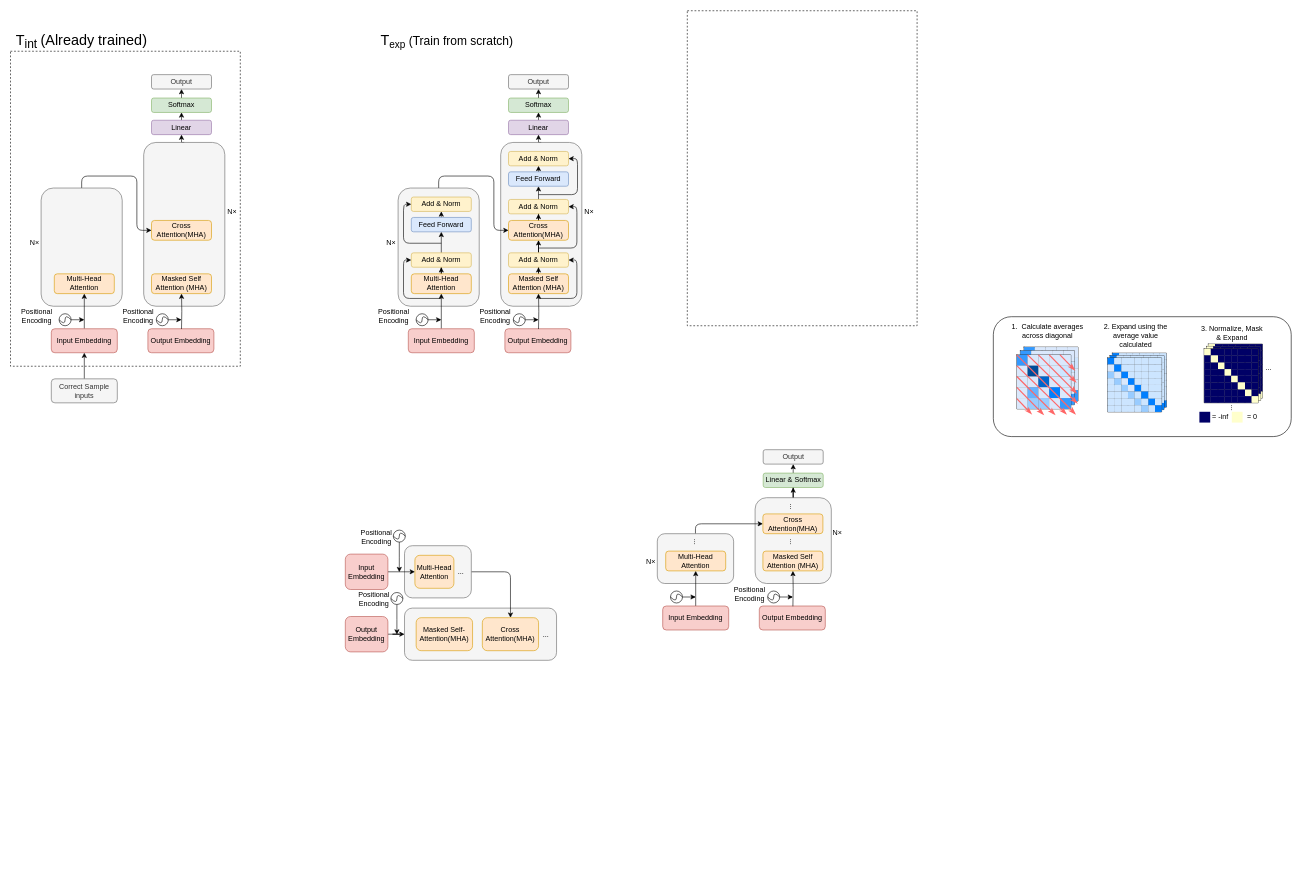
This is graphs/simplifieddiagram.drawio from shaoxiongduan/AttentionBiasCalibration, a draw.io file, before an edit. Source tidied: cells renumbered, new cells numbered last; positions are measured from the earlier drawing's top-left corner, leaving out a move shared by most shapes. Both pictures are drawn from the tidied source at 60%, with x=0, y=0 at pixel (10, 10).
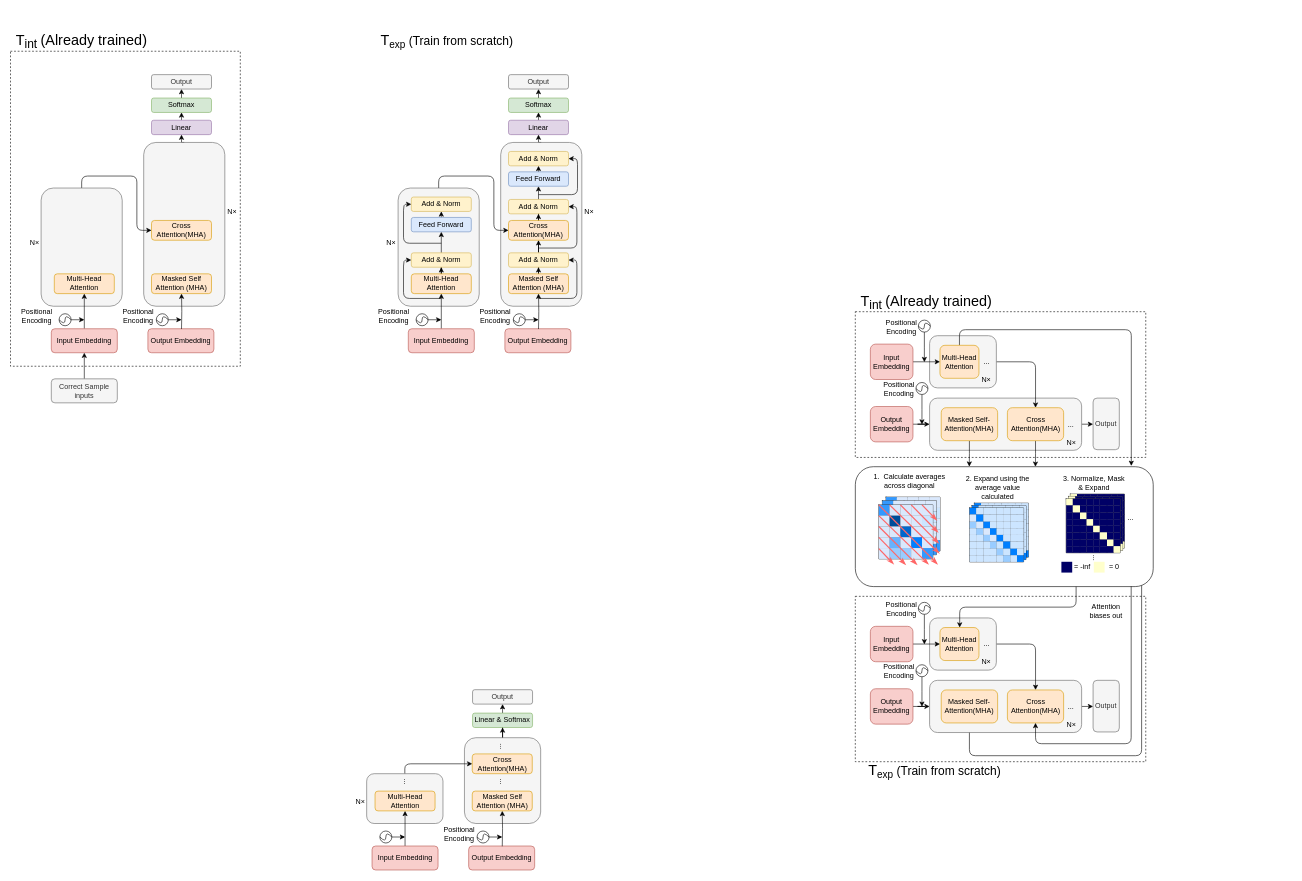
The same page after the edit.

The change refers to these unchanged cells:
```xml
<mxCell id="86" style="rounded=1;whiteSpace=wrap;html=1;rotation=-90;" parent="85" vertex="1">
  <mxGeometry x="148.4" y="-148.4" width="199.8" height="496.5" as="geometry" />
</mxCell>
```

The edit, as a diff of the source:
```diff
@@
+    <mxCell id="689" style="rounded=0;whiteSpace=wrap;html=1;dashed=1;" parent="1" vertex="1">
+      <mxGeometry x="1408" y="976.4" width="484.1" height="275.6" as="geometry" />
+    </mxCell>
+    <mxCell id="30" style="rounded=0;whiteSpace=wrap;html=1;dashed=1;" parent="1" vertex="1">
+      <mxGeometry x="1408" y="502" width="484.1" height="242.9" as="geometry" />
+    </mxCell>
+    <mxCell id="690" style="edgeStyle=orthogonalEdgeStyle;rounded=0;jettySize=auto;html=1;exitX=1;exitY=0.5;exitDx=0;exitDy=0;entryX=0;entryY=0.5;entryDx=0;entryDy=0;" parent="1" edge="1" source="2" target="721">
+      <mxGeometry relative="1" as="geometry" />
+    </mxCell>
     <mxCell id="2" style="rounded=1;whiteSpace=wrap;html=1;align=center;fillColor=#f5f5f5;fontColor=#333333;strokeColor=#666666;" parent="1" vertex="1">
-      <mxGeometry x="656.7" y="996" width="253.4" height="87" as="geometry" />
+      <mxGeometry x="1531.8" y="646" width="253.4" height="87" as="geometry" />
     </mxCell>
@@
-    <mxCell id="30" style="rounded=0;whiteSpace=wrap;html=1;dashed=1;" parent="1" vertex="1">
-      <mxGeometry x="1128" y="0.4" width="383" height="525" as="geometry" />
-    </mxCell>
@@
+    <mxCell id="691" style="edgeStyle=orthogonalEdgeStyle;rounded=1;jettySize=auto;html=1;entryX=0.5;entryY=1;entryDx=0;entryDy=0;exitX=0.01;exitY=0.961;exitDx=0;exitDy=0;exitPerimeter=0;" parent="1" edge="1" source="86" target="707">
+      <mxGeometry relative="1" as="geometry">
+        <Array as="points">
+          <mxPoint x="1885" y="1242" />
+          <mxPoint x="1598" y="1242" />
+        </Array>
+      </mxGeometry>
+    </mxCell>
     <mxCell id="85" style="group;" parent="1" vertex="1">
-      <mxGeometry x="1638" y="510.4" width="496.5" height="199.8" as="geometry" />
+      <mxGeometry x="1408" y="760.4" width="496.5" height="199.8" as="geometry" />
     </mxCell>
@@
     <mxCell id="411" value="2. Expand using the average value calculated" style="text;html=1;strokeColor=none;fillColor=none;align=center;verticalAlign=middle;whiteSpace=wrap;rounded=0;" parent="85" vertex="1">
-      <mxGeometry x="177.5" y="0.6" width="119" height="62" as="geometry" />
+      <mxGeometry x="177.5" y="3.6" width="119" height="62" as="geometry" />
     </mxCell>
@@
     <mxCell id="641" style="rounded=1;whiteSpace=wrap;html=1;align=center;fillColor=#f5f5f5;fontColor=#333333;strokeColor=#666666;" parent="1" vertex="1">
-      <mxGeometry x="656.7" y="892" width="111.3" height="87" as="geometry" />
+      <mxGeometry x="1531.8" y="542" width="111.3" height="87" as="geometry" />
     </mxCell>
+    <mxCell id="692" style="edgeStyle=orthogonalEdgeStyle;rounded=1;jettySize=auto;html=1;exitX=0.5;exitY=0;exitDx=0;exitDy=0;" parent="1" edge="1" source="642">
+      <mxGeometry relative="1" as="geometry">
+        <mxPoint x="1868" y="759" as="targetPoint" />
+        <Array as="points">
+          <mxPoint x="1582" y="532" />
+          <mxPoint x="1868" y="532" />
+          <mxPoint x="1868" y="759" />
+        </Array>
+      </mxGeometry>
+    </mxCell>
     <mxCell id="642" value="Multi-Head Attention" style="rounded=1;whiteSpace=wrap;html=1;fillColor=#ffe6cc;strokeColor=#d79b00;" parent="1" vertex="1">
-      <mxGeometry x="674" y="908" width="65" height="55" as="geometry" />
+      <mxGeometry x="1549.1" y="558" width="65" height="55" as="geometry" />
     </mxCell>
@@
     <mxCell id="644" value="Input Embedding" style="rounded=1;whiteSpace=wrap;html=1;fillColor=#f8cecc;strokeColor=#b85450;" parent="1" vertex="1">
-      <mxGeometry x="558" y="906" width="71" height="59" as="geometry" />
+      <mxGeometry x="1433.1" y="556" width="71" height="59" as="geometry" />
     </mxCell>
     <mxCell id="645" style="group;" parent="1" vertex="1">
-      <mxGeometry x="638" y="866" width="20" height="20" as="geometry" />
+      <mxGeometry x="1513.1" y="516" width="20" height="20" as="geometry" />
     </mxCell>
@@
     <mxCell id="649" value="Positional Encoding" style="text;html=1;strokeColor=none;fillColor=none;align=center;verticalAlign=middle;whiteSpace=wrap;rounded=0;" parent="1" vertex="1">
-      <mxGeometry x="570" y="862" width="80" height="30" as="geometry" />
+      <mxGeometry x="1445.1" y="512" width="80" height="30" as="geometry" />
     </mxCell>
+    <mxCell id="693" style="edgeStyle=orthogonalEdgeStyle;rounded=0;jettySize=auto;html=1;entryX=1.003;entryY=0.332;entryDx=0;entryDy=0;entryPerimeter=0;" parent="1" edge="1" source="650">
+      <mxGeometry relative="1" as="geometry">
+        <mxPoint x="1598" y="760.2" as="targetPoint" />
+      </mxGeometry>
+    </mxCell>
     <mxCell id="650" value="Masked Self-Attention(MHA)" style="rounded=1;whiteSpace=wrap;html=1;fillColor=#ffe6cc;strokeColor=#d79b00;" parent="1" vertex="1">
-      <mxGeometry x="676.1" y="1012" width="94" height="55" as="geometry" />
+      <mxGeometry x="1551.2" y="662" width="94" height="55" as="geometry" />
     </mxCell>
+    <mxCell id="694" style="edgeStyle=orthogonalEdgeStyle;rounded=0;jettySize=auto;html=1;exitX=0.5;exitY=1;exitDx=0;exitDy=0;entryX=1.002;entryY=0.554;entryDx=0;entryDy=0;entryPerimeter=0;" parent="1" edge="1" source="651">
+      <mxGeometry relative="1" as="geometry">
+        <mxPoint x="1708.2" y="760.4" as="targetPoint" />
+      </mxGeometry>
+    </mxCell>
     <mxCell id="651" value="Cross Attention(MHA)" style="rounded=1;whiteSpace=wrap;html=1;fillColor=#ffe6cc;strokeColor=#d79b00;" parent="1" vertex="1">
-      <mxGeometry x="786.4" y="1012" width="93.7" height="55" as="geometry" />
+      <mxGeometry x="1661.5" y="662" width="93.7" height="55" as="geometry" />
     </mxCell>
     <mxCell id="652" value="..." style="text;html=1;strokeColor=none;fillColor=none;align=center;verticalAlign=middle;whiteSpace=wrap;rounded=0;" parent="1" vertex="1">
-      <mxGeometry x="739.3" y="920.5" width="23.7" height="30" as="geometry" />
+      <mxGeometry x="1614.5" y="570.5" width="23.7" height="30" as="geometry" />
     </mxCell>
     <mxCell id="653" value="..." style="text;html=1;strokeColor=none;fillColor=none;align=center;verticalAlign=middle;whiteSpace=wrap;rounded=0;" parent="1" vertex="1">
-      <mxGeometry x="880.1" y="1024.5" width="25" height="30" as="geometry" />
+      <mxGeometry x="1755.2" y="674.5" width="25" height="30" as="geometry" />
     </mxCell>
@@
     <mxCell id="655" value="Output Embedding" style="rounded=1;whiteSpace=wrap;html=1;fillColor=#f8cecc;strokeColor=#b85450;" parent="1" vertex="1">
-      <mxGeometry x="558" y="1010" width="71" height="59" as="geometry" />
+      <mxGeometry x="1433.1" y="660" width="71" height="59" as="geometry" />
     </mxCell>
     <mxCell id="656" style="group;" parent="1" vertex="1">
-      <mxGeometry x="634" y="970" width="20" height="20" as="geometry" />
+      <mxGeometry x="1509.1" y="620" width="20" height="20" as="geometry" />
     </mxCell>
@@
     <mxCell id="660" value="Positional Encoding" style="text;html=1;strokeColor=none;fillColor=none;align=center;verticalAlign=middle;whiteSpace=wrap;rounded=0;" parent="1" vertex="1">
-      <mxGeometry x="566" y="966" width="80" height="30" as="geometry" />
+      <mxGeometry x="1441.1" y="616" width="80" height="30" as="geometry" />
     </mxCell>
@@
     <mxCell id="662" style="rounded=1;whiteSpace=wrap;html=1;align=center;fillColor=#f5f5f5;fontColor=#333333;strokeColor=#666666;" parent="1" vertex="1">
-      <mxGeometry x="1241" y="812" width="127" height="143" as="geometry" />
+      <mxGeometry x="756.6" y="1212" width="127" height="143" as="geometry" />
     </mxCell>
     <mxCell id="663" style="edgeStyle=orthogonalEdgeStyle;rounded=1;jettySize=auto;html=1;exitX=0.5;exitY=0;exitDx=0;exitDy=0;entryX=0;entryY=0.5;entryDx=0;entryDy=0;" parent="1" edge="1" source="664" target="680">
       <mxGeometry relative="1" as="geometry">
         <Array as="points">
-          <mxPoint x="1142" y="856" />
-          <mxPoint x="1254" y="856" />
+          <mxPoint x="657.6" y="1256" />
+          <mxPoint x="769.6" y="1256" />
         </Array>
       </mxGeometry>
     </mxCell>
     <mxCell id="664" style="rounded=1;whiteSpace=wrap;html=1;align=center;fillColor=#f5f5f5;fontColor=#333333;strokeColor=#666666;" parent="1" vertex="1">
-      <mxGeometry x="1078" y="872" width="127.2" height="83" as="geometry" />
+      <mxGeometry x="593.6" y="1272" width="127.2" height="83" as="geometry" />
     </mxCell>
@@
     <mxCell id="666" value="Input Embedding" style="rounded=1;whiteSpace=wrap;html=1;fillColor=#f8cecc;strokeColor=#b85450;" parent="1" vertex="1">
-      <mxGeometry x="1087" y="992.5" width="110" height="40" as="geometry" />
+      <mxGeometry x="602.6" y="1392.5" width="110" height="40" as="geometry" />
     </mxCell>
     <mxCell id="667" value="Output Embedding" style="rounded=1;whiteSpace=wrap;html=1;fillColor=#f8cecc;strokeColor=#b85450;" parent="1" vertex="1">
-      <mxGeometry x="1248" y="992.5" width="110" height="40" as="geometry" />
+      <mxGeometry x="763.6" y="1392.5" width="110" height="40" as="geometry" />
     </mxCell>
     <mxCell id="668" style="group;" parent="1" vertex="1">
-      <mxGeometry x="1100" y="967.5" width="20" height="20" as="geometry" />
+      <mxGeometry x="615.6" y="1367.5" width="20" height="20" as="geometry" />
     </mxCell>
@@
     <mxCell id="672" value="Multi-Head Attention" style="rounded=1;whiteSpace=wrap;html=1;fillColor=#ffe6cc;strokeColor=#d79b00;" parent="1" vertex="1">
-      <mxGeometry x="1092" y="901" width="100" height="33" as="geometry" />
+      <mxGeometry x="607.6" y="1301" width="100" height="33" as="geometry" />
     </mxCell>
     <mxCell id="673" style="edgeStyle=orthogonalEdgeStyle;rounded=0;jettySize=auto;html=1;exitX=0.5;exitY=0;exitDx=0;exitDy=0;entryX=0.5;entryY=1;entryDx=0;entryDy=0;" parent="1" edge="1" target="678">
       <mxGeometry relative="1" as="geometry">
-        <mxPoint x="1304" y="993" as="sourcePoint" />
+        <mxPoint x="819.6" y="1393" as="sourcePoint" />
       </mxGeometry>
     </mxCell>
     <mxCell id="674" style="group;" parent="1" vertex="1">
-      <mxGeometry x="1262" y="967.5" width="20" height="20" as="geometry" />
+      <mxGeometry x="777.6" y="1367.5" width="20" height="20" as="geometry" />
     </mxCell>
@@
     <mxCell id="678" value="Masked Self Attention (MHA)" style="rounded=1;whiteSpace=wrap;html=1;fillColor=#ffe6cc;strokeColor=#d79b00;" parent="1" vertex="1">
-      <mxGeometry x="1254" y="901" width="100" height="33" as="geometry" />
+      <mxGeometry x="769.6" y="1301" width="100" height="33" as="geometry" />
     </mxCell>
     <mxCell id="679" value="Positional Encoding" style="text;html=1;strokeColor=none;fillColor=none;align=center;verticalAlign=middle;whiteSpace=wrap;rounded=0;" parent="1" vertex="1">
-      <mxGeometry x="1192" y="957.5" width="80" height="30" as="geometry" />
+      <mxGeometry x="707.6" y="1357.5" width="80" height="30" as="geometry" />
     </mxCell>
     <mxCell id="680" value="Cross Attention(MHA)" style="rounded=1;whiteSpace=wrap;html=1;fillColor=#ffe6cc;strokeColor=#d79b00;" parent="1" vertex="1">
-      <mxGeometry x="1254" y="839" width="100" height="33" as="geometry" />
+      <mxGeometry x="769.6" y="1239" width="100" height="33" as="geometry" />
     </mxCell>
     <mxCell id="681" value="N×" style="text;html=1;align=center;verticalAlign=middle;strokeColor=none;fillColor=none;" parent="1" vertex="1">
-      <mxGeometry x="1047" y="904" width="40" height="30" as="geometry" />
+      <mxGeometry x="562.6" y="1304" width="40" height="30" as="geometry" />
     </mxCell>
     <mxCell id="682" value="N×" style="text;html=1;align=center;verticalAlign=middle;strokeColor=none;fillColor=none;" parent="1" vertex="1">
-      <mxGeometry x="1358" y="856" width="40" height="30" as="geometry" />
+      <mxGeometry x="1606.3" y="600.5" width="40" height="30" as="geometry" />
     </mxCell>
     <mxCell id="683" value="..." style="text;html=1;strokeColor=none;fillColor=none;align=center;verticalAlign=middle;whiteSpace=wrap;rounded=0;rotation=-90;" parent="1" vertex="1">
-      <mxGeometry x="1128" y="871" width="20" height="30" as="geometry" />
+      <mxGeometry x="643.6" y="1271" width="20" height="30" as="geometry" />
     </mxCell>
     <mxCell id="684" value="..." style="text;html=1;strokeColor=none;fillColor=none;align=center;verticalAlign=middle;whiteSpace=wrap;rounded=0;rotation=-90;" parent="1" vertex="1">
-      <mxGeometry x="1288" y="871" width="20" height="30" as="geometry" />
+      <mxGeometry x="803.6" y="1271" width="20" height="30" as="geometry" />
     </mxCell>
     <mxCell id="685" value="..." style="text;html=1;strokeColor=none;fillColor=none;align=center;verticalAlign=middle;whiteSpace=wrap;rounded=0;rotation=-90;" parent="1" vertex="1">
-      <mxGeometry x="1288" y="812" width="20" height="30" as="geometry" />
+      <mxGeometry x="803.6" y="1212" width="20" height="30" as="geometry" />
     </mxCell>
@@
     <mxCell id="687" value="Linear &amp;amp; Softmax" style="rounded=1;whiteSpace=wrap;html=1;fillColor=#d5e8d4;strokeColor=#82b366;" parent="1" vertex="1">
-      <mxGeometry x="1254.5" y="771" width="100" height="24" as="geometry" />
+      <mxGeometry x="770.1" y="1171" width="100" height="24" as="geometry" />
     </mxCell>
     <mxCell id="688" value="Output" style="rounded=1;whiteSpace=wrap;html=1;fillColor=#f5f5f5;fontColor=#333333;strokeColor=#666666;" parent="1" vertex="1">
-      <mxGeometry x="1254.5" y="732" width="100" height="24" as="geometry" />
+      <mxGeometry x="770.1" y="1132" width="100" height="24" as="geometry" />
     </mxCell>
+    <mxCell id="695" style="edgeStyle=orthogonalEdgeStyle;rounded=0;jettySize=auto;html=1;exitX=1;exitY=0.5;exitDx=0;exitDy=0;entryX=0;entryY=0.5;entryDx=0;entryDy=0;" parent="1" edge="1" source="696" target="722">
+      <mxGeometry relative="1" as="geometry" />
+    </mxCell>
+    <mxCell id="696" style="rounded=1;whiteSpace=wrap;html=1;align=center;fillColor=#f5f5f5;fontColor=#333333;strokeColor=#666666;" parent="1" vertex="1">
+      <mxGeometry x="1531.8" y="1116.4" width="253.4" height="87" as="geometry" />
+    </mxCell>
+    <mxCell id="697" style="edgeStyle=orthogonalEdgeStyle;rounded=1;jettySize=auto;html=1;exitX=1;exitY=0.5;exitDx=0;exitDy=0;" parent="1" edge="1" source="698" target="708">
+      <mxGeometry relative="1" as="geometry" />
+    </mxCell>
+    <mxCell id="698" style="rounded=1;whiteSpace=wrap;html=1;align=center;fillColor=#f5f5f5;fontColor=#333333;strokeColor=#666666;" parent="1" vertex="1">
+      <mxGeometry x="1531.8" y="1012.4" width="111.3" height="87" as="geometry" />
+    </mxCell>
+    <mxCell id="699" value="Multi-Head Attention" style="rounded=1;whiteSpace=wrap;html=1;fillColor=#ffe6cc;strokeColor=#d79b00;" parent="1" vertex="1">
+      <mxGeometry x="1549.1" y="1028.4" width="65" height="55" as="geometry" />
+    </mxCell>
+    <mxCell id="700" style="edgeStyle=orthogonalEdgeStyle;rounded=0;jettySize=auto;html=1;entryX=0;entryY=0.5;entryDx=0;entryDy=0;" parent="1" edge="1" source="701" target="699">
+      <mxGeometry relative="1" as="geometry" />
+    </mxCell>
+    <mxCell id="701" value="Input Embedding" style="rounded=1;whiteSpace=wrap;html=1;fillColor=#f8cecc;strokeColor=#b85450;" parent="1" vertex="1">
+      <mxGeometry x="1433.1" y="1026.4" width="71" height="59" as="geometry" />
+    </mxCell>
+    <mxCell id="702" style="group;" parent="1" vertex="1">
+      <mxGeometry x="1513.1" y="986.4" width="20" height="20" as="geometry" />
+    </mxCell>
+    <mxCell id="703" style="edgeStyle=orthogonalEdgeStyle;rounded=0;jettySize=auto;html=1;" parent="702" edge="1" source="704">
+      <mxGeometry relative="1" as="geometry">
+        <mxPoint x="10" y="70" as="targetPoint" />
+      </mxGeometry>
+    </mxCell>
+    <mxCell id="704" style="ellipse;whiteSpace=wrap;html=1;" parent="702" vertex="1">
+      <mxGeometry width="20" height="20" as="geometry" />
+    </mxCell>
+    <mxCell id="705" style="curved=1;endArrow=none;html=1;rounded=0;exitX=0;exitY=0.5;exitDx=0;exitDy=0;entryX=1;entryY=0.5;entryDx=0;entryDy=0;endFill=0;" parent="702" edge="1" source="704" target="704">
+      <mxGeometry relative="1" as="geometry">
+        <Array as="points">
+          <mxPoint x="10" y="20" />
+          <mxPoint x="10" />
+        </Array>
+      </mxGeometry>
+    </mxCell>
+    <mxCell id="706" value="Positional Encoding" style="text;html=1;strokeColor=none;fillColor=none;align=center;verticalAlign=middle;whiteSpace=wrap;rounded=0;" parent="1" vertex="1">
+      <mxGeometry x="1445.1" y="982.4" width="80" height="30" as="geometry" />
+    </mxCell>
+    <mxCell id="707" value="Masked Self-Attention(MHA)" style="rounded=1;whiteSpace=wrap;html=1;fillColor=#ffe6cc;strokeColor=#d79b00;" parent="1" vertex="1">
+      <mxGeometry x="1551.2" y="1132.4" width="94" height="55" as="geometry" />
+    </mxCell>
+    <mxCell id="708" value="Cross Attention(MHA)" style="rounded=1;whiteSpace=wrap;html=1;fillColor=#ffe6cc;strokeColor=#d79b00;" parent="1" vertex="1">
+      <mxGeometry x="1661.5" y="1132.4" width="93.7" height="55" as="geometry" />
+    </mxCell>
+    <mxCell id="709" value="..." style="text;html=1;strokeColor=none;fillColor=none;align=center;verticalAlign=middle;whiteSpace=wrap;rounded=0;" parent="1" vertex="1">
+      <mxGeometry x="1614.5" y="1040.9" width="23.7" height="30" as="geometry" />
+    </mxCell>
+    <mxCell id="710" value="..." style="text;html=1;strokeColor=none;fillColor=none;align=center;verticalAlign=middle;whiteSpace=wrap;rounded=0;" parent="1" vertex="1">
+      <mxGeometry x="1755.2" y="1144.9" width="25" height="30" as="geometry" />
+    </mxCell>
+    <mxCell id="711" style="edgeStyle=orthogonalEdgeStyle;rounded=0;jettySize=auto;html=1;entryX=0;entryY=0.5;entryDx=0;entryDy=0;" parent="1" edge="1" source="712" target="696">
+      <mxGeometry relative="1" as="geometry" />
+    </mxCell>
+    <mxCell id="712" value="Output Embedding" style="rounded=1;whiteSpace=wrap;html=1;fillColor=#f8cecc;strokeColor=#b85450;" parent="1" vertex="1">
+      <mxGeometry x="1433.1" y="1130.4" width="71" height="59" as="geometry" />
+    </mxCell>
+    <mxCell id="713" style="group;" parent="1" vertex="1">
+      <mxGeometry x="1509.1" y="1090.4" width="20" height="20" as="geometry" />
+    </mxCell>
+    <mxCell id="714" style="edgeStyle=orthogonalEdgeStyle;rounded=0;jettySize=auto;html=1;" parent="713" edge="1" source="715">
+      <mxGeometry relative="1" as="geometry">
+        <mxPoint x="10" y="70" as="targetPoint" />
+      </mxGeometry>
+    </mxCell>
+    <mxCell id="715" style="ellipse;whiteSpace=wrap;html=1;" parent="713" vertex="1">
+      <mxGeometry width="20" height="20" as="geometry" />
+    </mxCell>
+    <mxCell id="716" style="curved=1;endArrow=none;html=1;rounded=0;exitX=0;exitY=0.5;exitDx=0;exitDy=0;entryX=1;entryY=0.5;entryDx=0;entryDy=0;endFill=0;" parent="713" edge="1" source="715" target="715">
+      <mxGeometry relative="1" as="geometry">
+        <Array as="points">
+          <mxPoint x="10" y="20" />
+          <mxPoint x="10" />
+        </Array>
+      </mxGeometry>
+    </mxCell>
+    <mxCell id="717" value="Positional Encoding" style="text;html=1;strokeColor=none;fillColor=none;align=center;verticalAlign=middle;whiteSpace=wrap;rounded=0;" parent="1" vertex="1">
+      <mxGeometry x="1441.1" y="1086.4" width="80" height="30" as="geometry" />
+    </mxCell>
+    <mxCell id="718" style="edgeStyle=orthogonalEdgeStyle;rounded=1;jettySize=auto;html=1;entryX=0.5;entryY=1;entryDx=0;entryDy=0;exitX=0.002;exitY=0.926;exitDx=0;exitDy=0;exitPerimeter=0;" parent="1" edge="1" source="86" target="708">
+      <mxGeometry relative="1" as="geometry">
+        <Array as="points">
+          <mxPoint x="1868" y="1222" />
+          <mxPoint x="1708" y="1222" />
+        </Array>
+      </mxGeometry>
+    </mxCell>
+    <mxCell id="719" style="edgeStyle=orthogonalEdgeStyle;rounded=1;jettySize=auto;html=1;exitX=0.002;exitY=0.725;exitDx=0;exitDy=0;exitPerimeter=0;" parent="1" edge="1" target="699">
+      <mxGeometry relative="1" as="geometry">
+        <mxPoint x="1776" y="960.2" as="sourcePoint" />
+        <Array as="points">
+          <mxPoint x="1776" y="994.4" />
+          <mxPoint x="1582" y="994.4" />
+        </Array>
+      </mxGeometry>
+    </mxCell>
+    <mxCell id="720" value="Attention biases out" style="text;html=1;strokeColor=none;fillColor=none;align=center;verticalAlign=middle;whiteSpace=wrap;rounded=0;" parent="1" vertex="1">
+      <mxGeometry x="1796.2" y="986.4" width="60" height="30" as="geometry" />
+    </mxCell>
+    <mxCell id="721" value="Output" style="rounded=1;whiteSpace=wrap;html=1;fillColor=#f5f5f5;strokeColor=#666666;fontColor=#333333;" parent="1" vertex="1">
+      <mxGeometry x="1804.3" y="646" width="43.7" height="86" as="geometry" />
+    </mxCell>
+    <mxCell id="722" value="Output" style="rounded=1;whiteSpace=wrap;html=1;fillColor=#f5f5f5;strokeColor=#666666;fontColor=#333333;" parent="1" vertex="1">
+      <mxGeometry x="1804.3" y="1116.4" width="43.7" height="86" as="geometry" />
+    </mxCell>
+    <mxCell id="723" value="N×" style="text;html=1;align=center;verticalAlign=middle;strokeColor=none;fillColor=none;" parent="1" vertex="1">
+      <mxGeometry x="1747.7" y="704.5" width="40" height="30" as="geometry" />
+    </mxCell>
+    <mxCell id="724" value="N×" style="text;html=1;align=center;verticalAlign=middle;strokeColor=none;fillColor=none;" parent="1" vertex="1">
+      <mxGeometry x="1606.3" y="1070.9" width="40" height="30" as="geometry" />
+    </mxCell>
+    <mxCell id="725" value="N×" style="text;html=1;align=center;verticalAlign=middle;strokeColor=none;fillColor=none;" parent="1" vertex="1">
+      <mxGeometry x="1747.7" y="1174.9" width="40" height="30" as="geometry" />
+    </mxCell>
+    <mxCell id="726" value="&lt;font style=&quot;font-size: 24px;&quot;&gt;T&lt;/font&gt;&lt;font style=&quot;font-size: 20px;&quot;&gt;&lt;sub&gt;exp&lt;/sub&gt;&amp;nbsp;(Train from scratch)&lt;/font&gt;" style="text;html=1;strokeColor=none;fillColor=none;align=center;verticalAlign=middle;whiteSpace=wrap;rounded=0;" parent="1" vertex="1">
+      <mxGeometry x="1408" y="1252" width="265" height="30" as="geometry" />
+    </mxCell>
+    <mxCell id="727" value="&lt;font style=&quot;font-size: 24px;&quot;&gt;T&lt;sub&gt;int &lt;/sub&gt;(Already trained)&lt;/font&gt;" style="text;html=1;strokeColor=none;fillColor=none;align=center;verticalAlign=middle;whiteSpace=wrap;rounded=0;" parent="1" vertex="1">
+      <mxGeometry x="1408" y="471.9" width="237" height="30" as="geometry" />
+    </mxCell>
```
